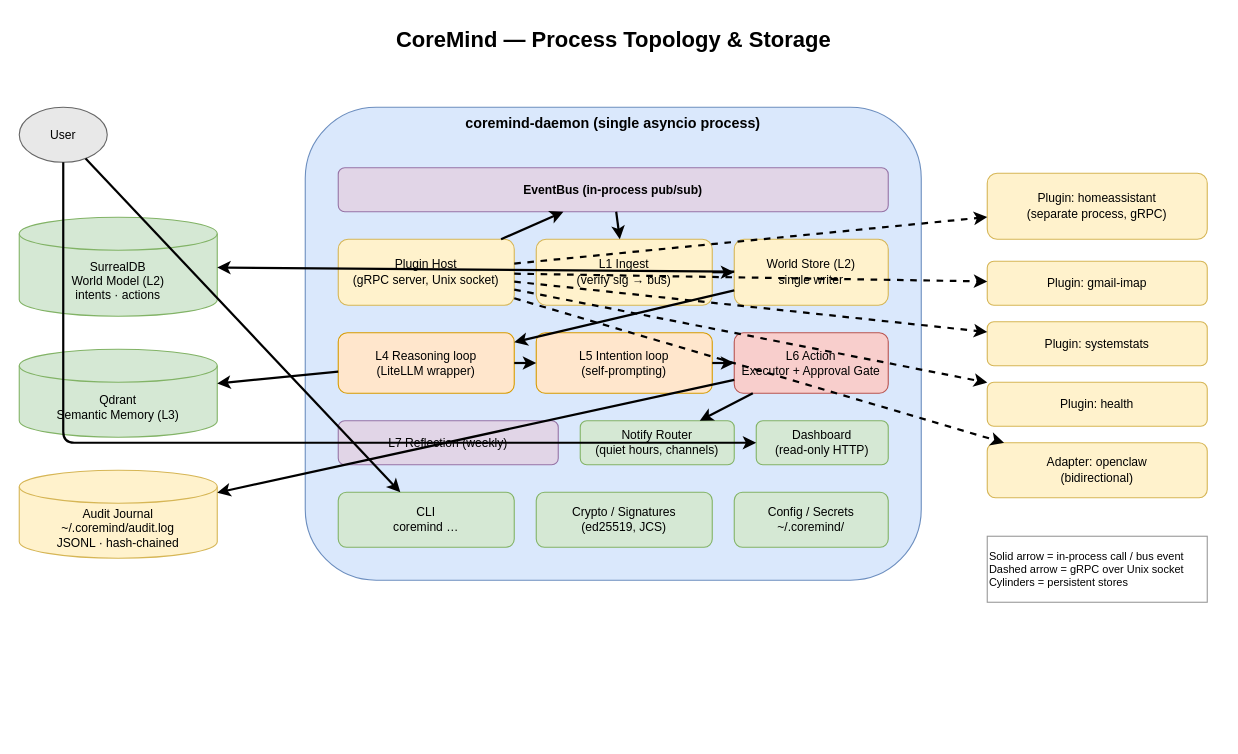
Above: docs/diagrams/02-process-topology.drawio in Wylhelm/coremind (draw.io), before the change. Source tidied: cells renumbered, new cells numbered last; positions are measured from the earlier drawing's top-left corner, leaving out a move shared by most shapes. Both pictures are drawn from the tidied source at 110%, with x=0, y=0 at pixel (19, 19).
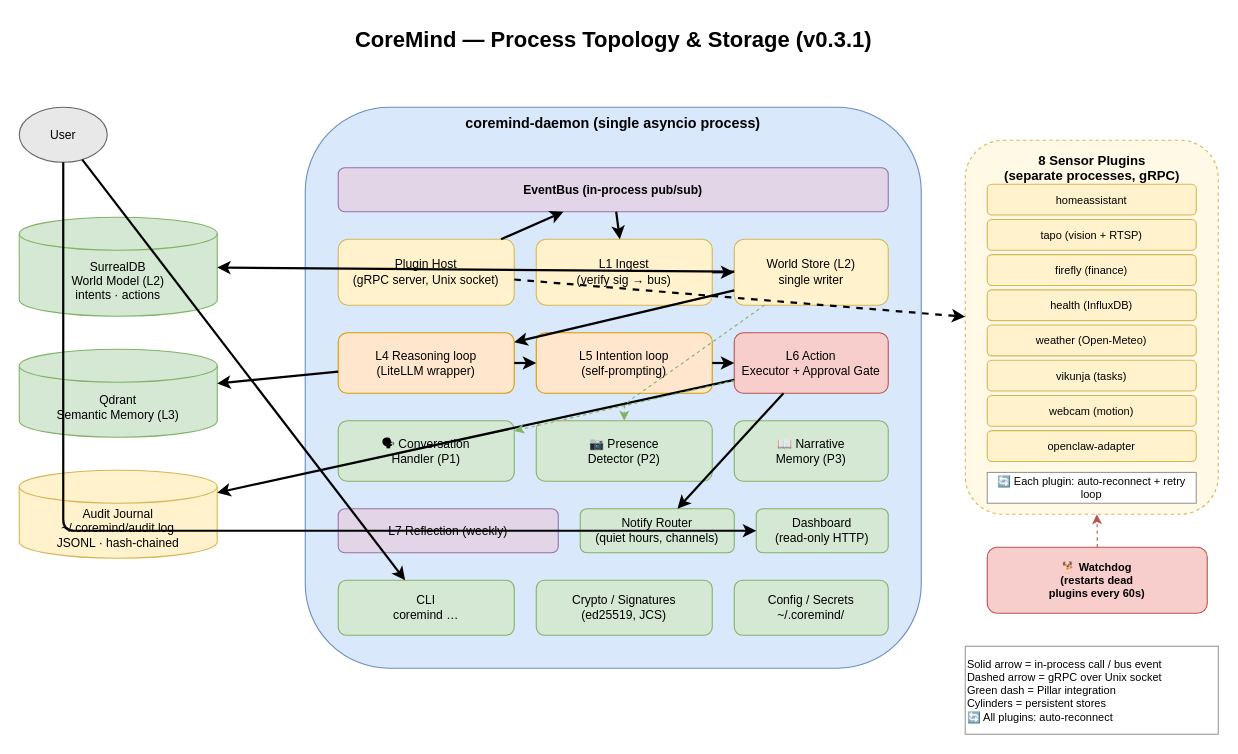
After the change.

Commit message:
docs: update process topology diagram for v0.3.1

- Add Pillars 1-3 (Conversation, Presence, Narrative)
- Add Watchdog (plugin auto-restart supervisor)
- Show all 8 plugins with retry loop indicator
- Expand daemon box to accommodate new components

The change refers to these unchanged cells:
```xml
<mxCell id="5" value="Plugin Host&#10;(gRPC server, Unix socket)" style="rounded=1;whiteSpace=wrap;html=1;fillColor=#FFF2CC;strokeColor=#D6B656;fontSize=11;" parent="1" vertex="1">
  <mxGeometry x="290" y="200" width="160" height="60" as="geometry" />
</mxCell>
<mxCell id="7" value="World Store (L2)&#10;single writer" style="rounded=1;whiteSpace=wrap;html=1;fillColor=#FFF2CC;strokeColor=#D6B656;fontSize=11;" parent="1" vertex="1">
  <mxGeometry x="650" y="200" width="140" height="60" as="geometry" />
</mxCell>
<mxCell id="10" value="L6 Action&#10;Executor + Approval Gate" style="rounded=1;whiteSpace=wrap;html=1;fillColor=#F8CECC;strokeColor=#B85450;fontSize=11;" parent="1" vertex="1">
  <mxGeometry x="650" y="285" width="140" height="55" as="geometry" />
</mxCell>
<mxCell id="25" value="User" style="ellipse;whiteSpace=wrap;html=1;fillColor=#E8E8E8;strokeColor=#666;fontSize=11;" parent="1" vertex="1">
  <mxGeometry y="80" width="80" height="50" as="geometry" />
</mxCell>
```

The edit, as a diff of the source:
```diff
@@
-    <mxCell id="2" value="CoreMind — Process Topology &amp; Storage" style="text;html=1;align=center;fontSize=20;fontStyle=1;" parent="1" vertex="1">
+    <mxCell id="2" value="CoreMind — Process Topology &amp; Storage (v0.3.1)" style="text;html=1;align=center;fontSize=20;fontStyle=1;" parent="1" vertex="1">
       <mxGeometry x="260" width="560" height="40" as="geometry" />
     </mxCell>
     <mxCell id="3" value="coremind-daemon (single asyncio process)" style="rounded=1;whiteSpace=wrap;html=1;fillColor=#DAE8FC;strokeColor=#6C8EBF;fontSize=13;fontStyle=1;verticalAlign=top;align=center;dashed=0;" parent="1" vertex="1">
-      <mxGeometry x="260" y="80" width="560" height="430" as="geometry" />
+      <mxGeometry x="260" y="80" width="560" height="510" as="geometry" />
     </mxCell>
@@
+    <mxCell id="44" value="🗣 Conversation&#10;Handler (P1)" style="rounded=1;whiteSpace=wrap;html=1;fillColor=#D5E8D4;strokeColor=#82B366;fontSize=11;" parent="1" vertex="1">
+      <mxGeometry x="290" y="365" width="160" height="55" as="geometry" />
+    </mxCell>
+    <mxCell id="45" value="📷 Presence&#10;Detector (P2)" style="rounded=1;whiteSpace=wrap;html=1;fillColor=#D5E8D4;strokeColor=#82B366;fontSize=11;" parent="1" vertex="1">
+      <mxGeometry x="470" y="365" width="160" height="55" as="geometry" />
+    </mxCell>
+    <mxCell id="46" value="📖 Narrative&#10;Memory (P3)" style="rounded=1;whiteSpace=wrap;html=1;fillColor=#D5E8D4;strokeColor=#82B366;fontSize=11;" parent="1" vertex="1">
+      <mxGeometry x="650" y="365" width="140" height="55" as="geometry" />
+    </mxCell>
     <mxCell id="11" value="L7 Reflection (weekly)" style="rounded=1;whiteSpace=wrap;html=1;fillColor=#E1D5E7;strokeColor=#9673A6;fontSize=11;" parent="1" vertex="1">
-      <mxGeometry x="290" y="365" width="200" height="40" as="geometry" />
+      <mxGeometry x="290" y="445" width="200" height="40" as="geometry" />
     </mxCell>
     <mxCell id="12" value="Notify Router&#10;(quiet hours, channels)" style="rounded=1;whiteSpace=wrap;html=1;fillColor=#D5E8D4;strokeColor=#82B366;fontSize=11;" parent="1" vertex="1">
-      <mxGeometry x="510" y="365" width="140" height="40" as="geometry" />
+      <mxGeometry x="510" y="445" width="140" height="40" as="geometry" />
     </mxCell>
     <mxCell id="13" value="Dashboard&#10;(read-only HTTP)" style="rounded=1;whiteSpace=wrap;html=1;fillColor=#D5E8D4;strokeColor=#82B366;fontSize=11;" parent="1" vertex="1">
-      <mxGeometry x="670" y="365" width="120" height="40" as="geometry" />
+      <mxGeometry x="670" y="445" width="120" height="40" as="geometry" />
     </mxCell>
     <mxCell id="14" value="CLI&#10;coremind …" style="rounded=1;whiteSpace=wrap;html=1;fillColor=#D5E8D4;strokeColor=#82B366;fontSize=11;" parent="1" vertex="1">
-      <mxGeometry x="290" y="430" width="160" height="50" as="geometry" />
+      <mxGeometry x="290" y="510" width="160" height="50" as="geometry" />
     </mxCell>
     <mxCell id="15" value="Crypto / Signatures&#10;(ed25519, JCS)" style="rounded=1;whiteSpace=wrap;html=1;fillColor=#D5E8D4;strokeColor=#82B366;fontSize=11;" parent="1" vertex="1">
-      <mxGeometry x="470" y="430" width="160" height="50" as="geometry" />
+      <mxGeometry x="470" y="510" width="160" height="50" as="geometry" />
     </mxCell>
     <mxCell id="16" value="Config / Secrets&#10;~/.coremind/" style="rounded=1;whiteSpace=wrap;html=1;fillColor=#D5E8D4;strokeColor=#82B366;fontSize=11;" parent="1" vertex="1">
-      <mxGeometry x="650" y="430" width="140" height="50" as="geometry" />
+      <mxGeometry x="650" y="510" width="140" height="50" as="geometry" />
     </mxCell>
@@
-    <mxCell id="20" value="Plugin: homeassistant&#10;(separate process, gRPC)" style="rounded=1;whiteSpace=wrap;html=1;fillColor=#FFF2CC;strokeColor=#D6B656;fontSize=11;" parent="1" vertex="1">
-      <mxGeometry x="880" y="140" width="200" height="60" as="geometry" />
-    </mxCell>
-    <mxCell id="21" value="Plugin: gmail-imap" style="rounded=1;whiteSpace=wrap;html=1;fillColor=#FFF2CC;strokeColor=#D6B656;fontSize=11;" parent="1" vertex="1">
-      <mxGeometry x="880" y="220" width="200" height="40" as="geometry" />
-    </mxCell>
-    <mxCell id="22" value="Plugin: systemstats" style="rounded=1;whiteSpace=wrap;html=1;fillColor=#FFF2CC;strokeColor=#D6B656;fontSize=11;" parent="1" vertex="1">
-      <mxGeometry x="880" y="275" width="200" height="40" as="geometry" />
-    </mxCell>
-    <mxCell id="23" value="Plugin: health" style="rounded=1;whiteSpace=wrap;html=1;fillColor=#FFF2CC;strokeColor=#D6B656;fontSize=11;" parent="1" vertex="1">
-      <mxGeometry x="880" y="330" width="200" height="40" as="geometry" />
-    </mxCell>
-    <mxCell id="24" value="Adapter: openclaw&#10;(bidirectional)" style="rounded=1;whiteSpace=wrap;html=1;fillColor=#FFF2CC;strokeColor=#D6B656;fontSize=11;" parent="1" vertex="1">
-      <mxGeometry x="880" y="385" width="200" height="50" as="geometry" />
-    </mxCell>
+    <mxCell id="47" style="rounded=1;whiteSpace=wrap;html=1;fillColor=#FFF9E6;strokeColor=#D6B656;fontSize=11;verticalAlign=top;align=left;dashed=1;" parent="1" vertex="1">
+      <mxGeometry x="860" y="110" width="230" height="340" as="geometry" />
+    </mxCell>
+    <mxCell id="48" value="8 Sensor Plugins&#10;(separate processes, gRPC)" style="text;html=1;align=center;fontSize=12;fontStyle=1;" parent="1" vertex="1">
+      <mxGeometry x="880" y="115" width="190" height="30" as="geometry" />
+    </mxCell>
+    <mxCell id="49" value="homeassistant" style="rounded=1;whiteSpace=wrap;html=1;fillColor=#FFF2CC;strokeColor=#D6B656;fontSize=10;" parent="1" vertex="1">
+      <mxGeometry x="880" y="150" width="190" height="28" as="geometry" />
+    </mxCell>
+    <mxCell id="50" value="tapo (vision + RTSP)" style="rounded=1;whiteSpace=wrap;html=1;fillColor=#FFF2CC;strokeColor=#D6B656;fontSize=10;" parent="1" vertex="1">
+      <mxGeometry x="880" y="182" width="190" height="28" as="geometry" />
+    </mxCell>
+    <mxCell id="51" value="firefly (finance)" style="rounded=1;whiteSpace=wrap;html=1;fillColor=#FFF2CC;strokeColor=#D6B656;fontSize=10;" parent="1" vertex="1">
+      <mxGeometry x="880" y="214" width="190" height="28" as="geometry" />
+    </mxCell>
+    <mxCell id="52" value="health (InfluxDB)" style="rounded=1;whiteSpace=wrap;html=1;fillColor=#FFF2CC;strokeColor=#D6B656;fontSize=10;" parent="1" vertex="1">
+      <mxGeometry x="880" y="246" width="190" height="28" as="geometry" />
+    </mxCell>
+    <mxCell id="53" value="weather (Open-Meteo)" style="rounded=1;whiteSpace=wrap;html=1;fillColor=#FFF2CC;strokeColor=#D6B656;fontSize=10;" parent="1" vertex="1">
+      <mxGeometry x="880" y="278" width="190" height="28" as="geometry" />
+    </mxCell>
+    <mxCell id="54" value="vikunja (tasks)" style="rounded=1;whiteSpace=wrap;html=1;fillColor=#FFF2CC;strokeColor=#D6B656;fontSize=10;" parent="1" vertex="1">
+      <mxGeometry x="880" y="310" width="190" height="28" as="geometry" />
+    </mxCell>
+    <mxCell id="55" value="webcam (motion)" style="rounded=1;whiteSpace=wrap;html=1;fillColor=#FFF2CC;strokeColor=#D6B656;fontSize=10;" parent="1" vertex="1">
+      <mxGeometry x="880" y="342" width="190" height="28" as="geometry" />
+    </mxCell>
+    <mxCell id="56" value="openclaw-adapter" style="rounded=1;whiteSpace=wrap;html=1;fillColor=#FFF2CC;strokeColor=#D6B656;fontSize=10;" parent="1" vertex="1">
+      <mxGeometry x="880" y="374" width="190" height="28" as="geometry" />
+    </mxCell>
+    <mxCell id="57" value="🔄 Each plugin: auto-reconnect + retry loop" style="rounded=0;whiteSpace=wrap;html=1;fillColor=#FFFFFF;strokeColor=#999;fontSize=10;align=center;" parent="1" vertex="1">
+      <mxGeometry x="880" y="412" width="190" height="28" as="geometry" />
+    </mxCell>
+    <mxCell id="58" value="🐕 Watchdog&#10;(restarts dead&#10;plugins every 60s)" style="rounded=1;whiteSpace=wrap;html=1;fillColor=#F8CECC;strokeColor=#B85450;fontSize=10;fontStyle=1;" parent="1" vertex="1">
+      <mxGeometry x="880" y="480" width="200" height="60" as="geometry" />
+    </mxCell>
@@
-    <mxCell id="26" style="endArrow=classic;html=1;strokeWidth=2;dashed=1;" parent="1" edge="1" source="5" target="20">
-      <mxGeometry relative="1" as="geometry" />
-    </mxCell>
-    <mxCell id="27" style="endArrow=classic;html=1;strokeWidth=2;dashed=1;" parent="1" edge="1" source="5" target="21">
-      <mxGeometry relative="1" as="geometry" />
-    </mxCell>
-    <mxCell id="28" style="endArrow=classic;html=1;strokeWidth=2;dashed=1;" parent="1" edge="1" source="5" target="22">
-      <mxGeometry relative="1" as="geometry" />
-    </mxCell>
-    <mxCell id="29" style="endArrow=classic;html=1;strokeWidth=2;dashed=1;" parent="1" edge="1" source="5" target="23">
-      <mxGeometry relative="1" as="geometry" />
-    </mxCell>
-    <mxCell id="30" style="endArrow=classic;html=1;strokeWidth=2;dashed=1;" parent="1" edge="1" source="5" target="24">
-      <mxGeometry relative="1" as="geometry" />
-    </mxCell>
+    <mxCell id="59" style="endArrow=classic;html=1;strokeWidth=1;dashed=1;strokeColor=#B85450;" parent="1" edge="1" source="58" target="47">
+      <mxGeometry relative="1" as="geometry">
+        <Array as="points">
+          <mxPoint x="980" y="465" />
+        </Array>
+      </mxGeometry>
+    </mxCell>
+    <mxCell id="60" style="endArrow=classic;html=1;strokeWidth=2;dashed=1;" parent="1" edge="1" source="5" target="47">
+      <mxGeometry relative="1" as="geometry" />
+    </mxCell>
@@
+    <mxCell id="61" style="endArrow=classic;html=1;strokeWidth=1;dashed=1;strokeColor=#82B366;" parent="1" edge="1" source="10" target="44">
+      <mxGeometry relative="1" as="geometry" />
+    </mxCell>
+    <mxCell id="62" style="endArrow=classic;html=1;strokeWidth=1;dashed=1;strokeColor=#82B366;" parent="1" edge="1" source="7" target="45">
+      <mxGeometry relative="1" as="geometry">
+        <Array as="points">
+          <mxPoint x="550" y="350" />
+        </Array>
+      </mxGeometry>
+    </mxCell>
@@
     <mxCell id="42" style="endArrow=classic;html=1;strokeWidth=2;" parent="1" edge="1" source="25" target="13">
       <mxGeometry relative="1" as="geometry">
         <Array as="points">
-          <mxPoint x="40" y="385" />
+          <mxPoint x="40" y="465" />
         </Array>
       </mxGeometry>
     </mxCell>
-    <mxCell id="43" value="Solid arrow = in-process call / bus event&#10;Dashed arrow = gRPC over Unix socket&#10;Cylinders = persistent stores" style="rounded=0;whiteSpace=wrap;html=1;align=left;fontSize=10;fillColor=#FFFFFF;strokeColor=#999;" parent="1" vertex="1">
-      <mxGeometry x="880" y="470" width="200" height="60" as="geometry" />
+    <mxCell id="43" value="Solid arrow = in-process call / bus event&#10;Dashed arrow = gRPC over Unix socket&#10;Green dash = Pillar integration&#10;Cylinders = persistent stores&#10;🔄 All plugins: auto-reconnect" style="rounded=0;whiteSpace=wrap;html=1;align=left;fontSize=10;fillColor=#FFFFFF;strokeColor=#999;" parent="1" vertex="1">
+      <mxGeometry x="860" y="570" width="230" height="80" as="geometry" />
     </mxCell>
```
